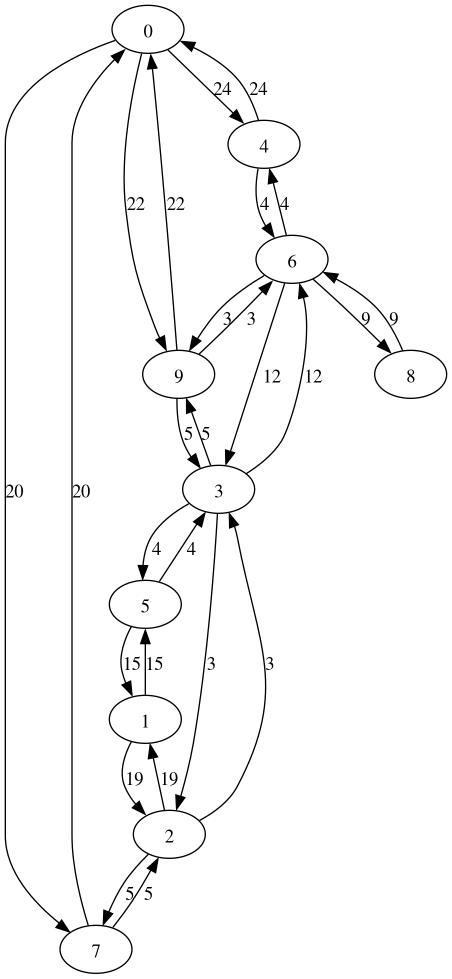
Above: flow.png in Pawlo83/OK (Graphviz), before the change. Its source is kept beside it as flow.dot. The source it was exported from:
```dot
digraph G {
  0 -> 4 [label="24"]
  0 -> 7 [label="20"]
  0 -> 9 [label="22"]
  1 -> 2 [label="19"]
  1 -> 5 [label="15"]
  2 -> 1 [label="19"]
  2 -> 3 [label="3"]
  2 -> 7 [label="5"]
  3 -> 2 [label="3"]
  3 -> 5 [label="4"]
  3 -> 6 [label="12"]
  3 -> 9 [label="5"]
  4 -> 0 [label="24"]
  4 -> 6 [label="4"]
  5 -> 1 [label="15"]
  5 -> 3 [label="4"]
  6 -> 3 [label="12"]
  6 -> 4 [label="4"]
  6 -> 8 [label="9"]
  6 -> 9 [label="3"]
  7 -> 0 [label="20"]
  7 -> 2 [label="5"]
  8 -> 6 [label="9"]
  9 -> 0 [label="22"]
  9 -> 3 [label="5"]
  9 -> 6 [label="3"]
}
```
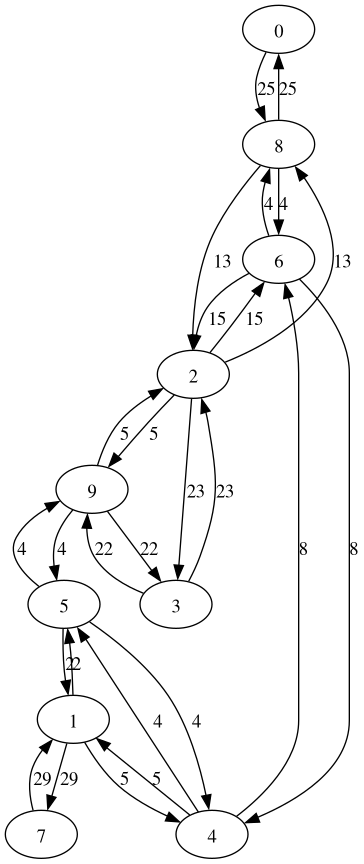
After the change.

Change to the diagram source:
```diff
@@ -1,28 +1,28 @@
 digraph G {
-  0 -> 4 [label="24"]
-  0 -> 7 [label="20"]
-  0 -> 9 [label="22"]
-  1 -> 2 [label="19"]
-  1 -> 5 [label="15"]
-  2 -> 1 [label="19"]
-  2 -> 3 [label="3"]
-  2 -> 7 [label="5"]
-  3 -> 2 [label="3"]
-  3 -> 5 [label="4"]
-  3 -> 6 [label="12"]
-  3 -> 9 [label="5"]
-  4 -> 0 [label="24"]
-  4 -> 6 [label="4"]
-  5 -> 1 [label="15"]
-  5 -> 3 [label="4"]
-  6 -> 3 [label="12"]
-  6 -> 4 [label="4"]
-  6 -> 8 [label="9"]
-  6 -> 9 [label="3"]
-  7 -> 0 [label="20"]
-  7 -> 2 [label="5"]
-  8 -> 6 [label="9"]
-  9 -> 0 [label="22"]
-  9 -> 3 [label="5"]
-  9 -> 6 [label="3"]
+  0 -> 8 [label="25"]
+  1 -> 4 [label="5"]
+  1 -> 5 [label="2"]
+  1 -> 7 [label="29"]
+  2 -> 3 [label="23"]
+  2 -> 6 [label="15"]
+  2 -> 8 [label="13"]
+  2 -> 9 [label="5"]
+  3 -> 2 [label="23"]
+  3 -> 9 [label="22"]
+  4 -> 1 [label="5"]
+  4 -> 5 [label="4"]
+  4 -> 6 [label="8"]
+  5 -> 1 [label="2"]
+  5 -> 4 [label="4"]
+  5 -> 9 [label="4"]
+  6 -> 2 [label="15"]
+  6 -> 4 [label="8"]
+  6 -> 8 [label="4"]
+  7 -> 1 [label="29"]
+  8 -> 0 [label="25"]
+  8 -> 2 [label="13"]
+  8 -> 6 [label="4"]
+  9 -> 2 [label="5"]
+  9 -> 3 [label="22"]
+  9 -> 5 [label="4"]
 }
```
